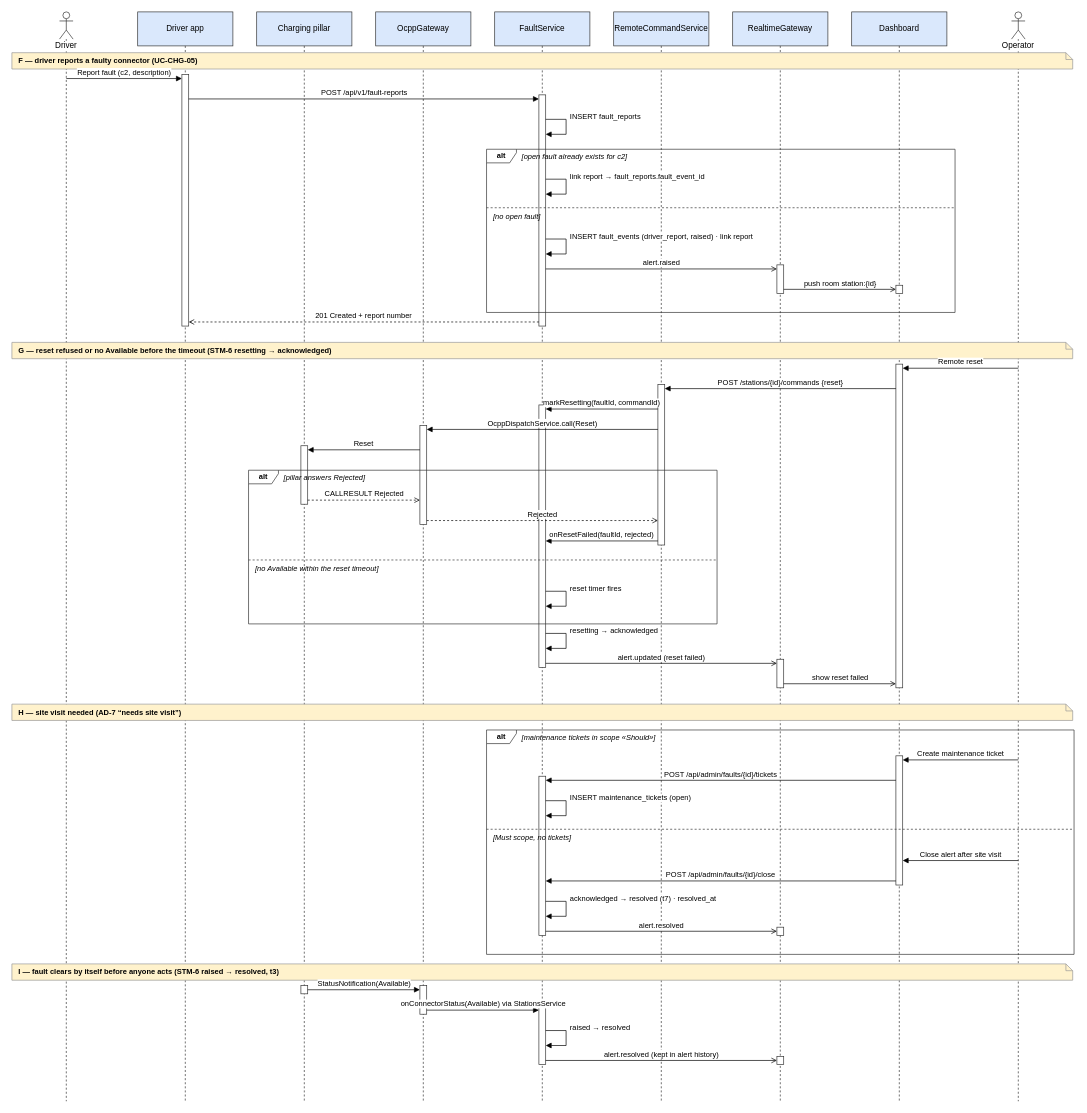
The draw.io diagram docs/diagrams/wf-04-seq-2.drawio in PowerMeApp/powerme, before the edit. Source tidied: cells renumbered, new cells numbered last; positions are measured from the earlier drawing's top-left corner, leaving out a move shared by most shapes. Both pictures are drawn from the tidied source at 68%, with x=0, y=0 at pixel (12, 12).
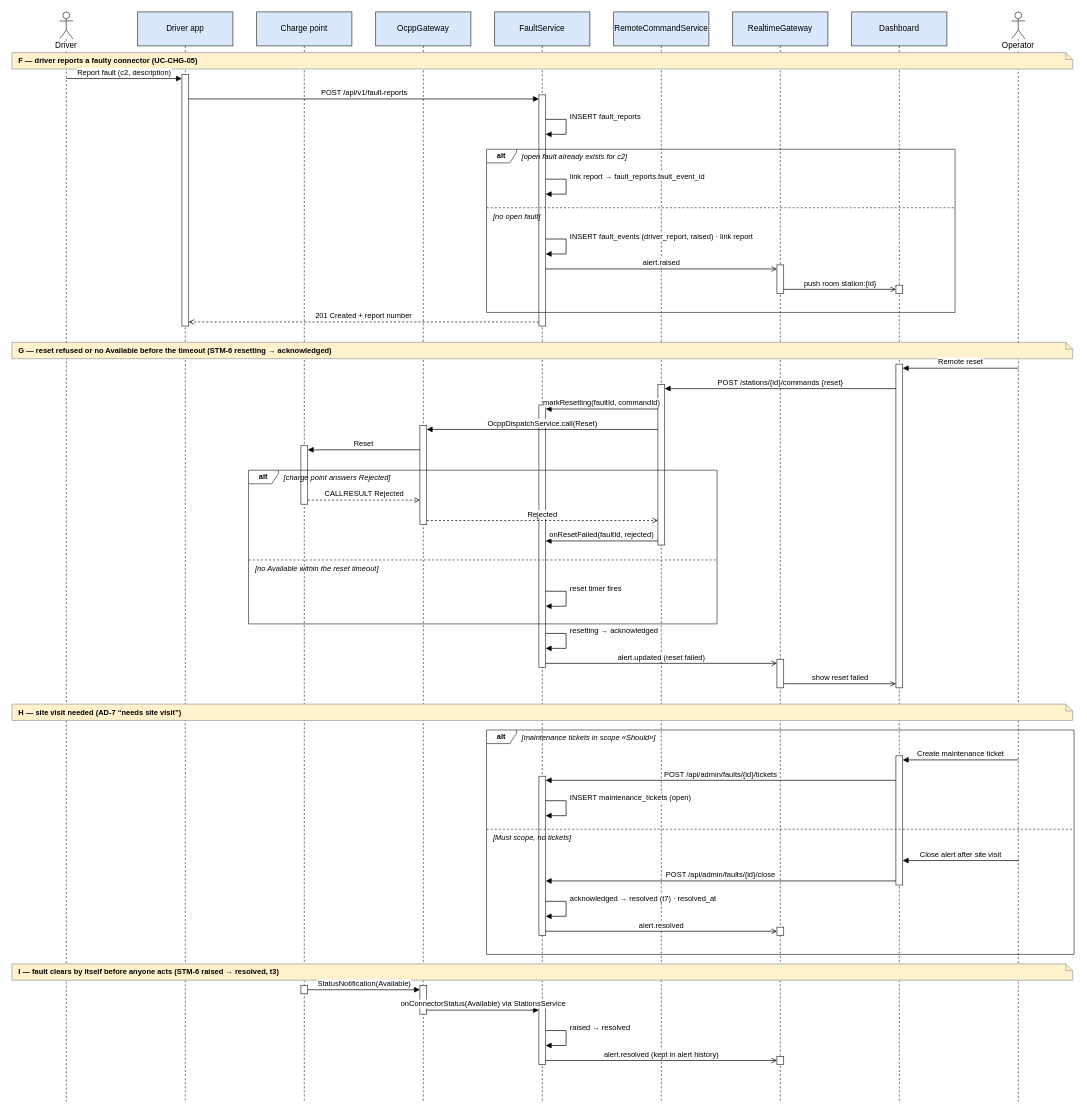
After the change.

What changed in the source:
```diff
@@
-    <mxCell id="4" value="Charging pillar" style="shape=umlLifeline;perimeter=lifelinePerimeter;whiteSpace=wrap;html=1;fontFamily=Arial;fontSize=12;strokeColor=#333333;participant=label;size=50;fillColor=#dae8fc;" parent="1" vertex="1">
+    <mxCell id="4" value="Charge point" style="shape=umlLifeline;perimeter=lifelinePerimeter;whiteSpace=wrap;html=1;fontFamily=Arial;fontSize=12;strokeColor=#333333;participant=label;size=50;fillColor=#dae8fc;" parent="1" vertex="1">
       <mxGeometry x="360" width="140" height="1602" as="geometry" />
     </mxCell>
@@
-    <mxCell id="69" value="[pillar answers Rejected]" style="text;html=1;align=left;verticalAlign=middle;fontFamily=Arial;fontSize=11;fontStyle=2;" parent="1" vertex="1">
+    <mxCell id="69" value="[charge point answers Rejected]" style="text;html=1;align=left;verticalAlign=middle;fontFamily=Arial;fontSize=11;fontStyle=2;" parent="1" vertex="1">
       <mxGeometry x="398" y="674" width="629" height="22" as="geometry" />
     </mxCell>
```
